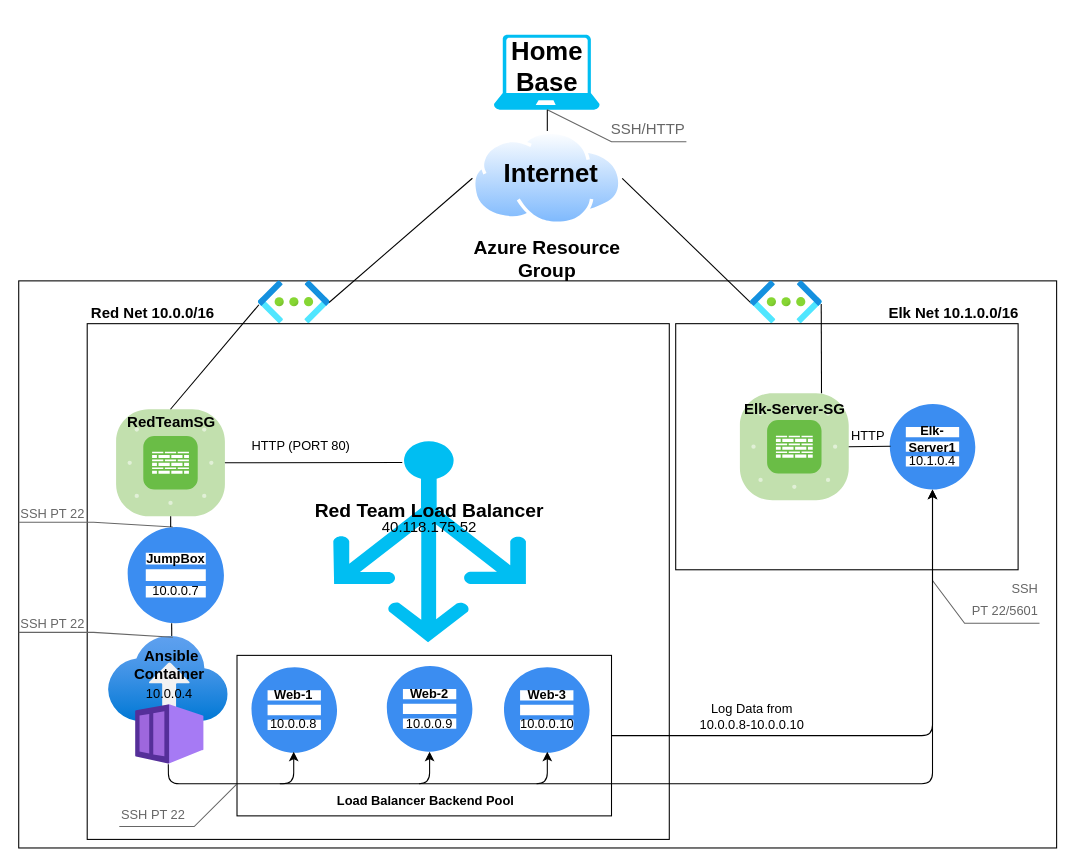
Before: ELK.drawio in ellakatherinee/Project1-ELK-Stack, a draw.io diagram. Source tidied: cells renumbered, new cells numbered last; positions are measured from the earlier drawing's top-left corner, leaving out a move shared by most shapes. Both pictures are drawn from the tidied source at 107%, with x=0, y=0 at pixel (18, 34).
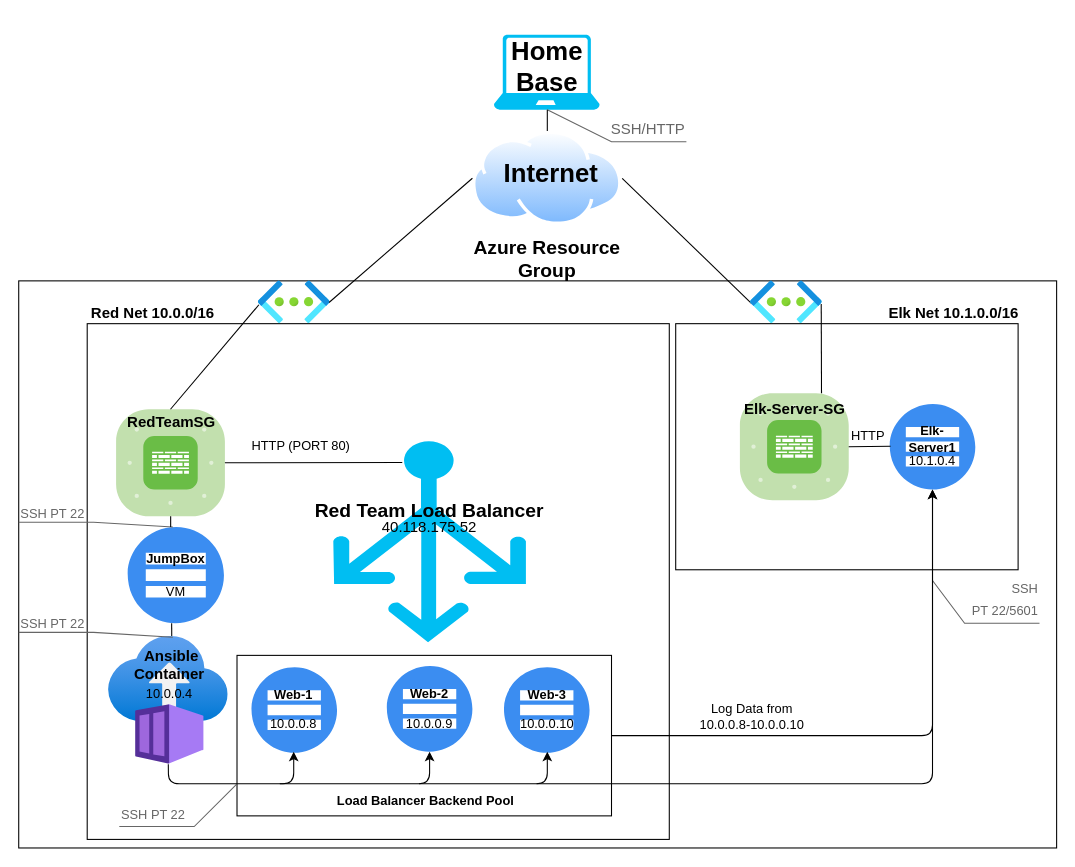
Above is the later version.

What changed in the source:
```diff
@@
-    <mxCell id="34" value="&lt;h5&gt;&lt;font style=&quot;font-size: 12px&quot;&gt;JumpBox&lt;/font&gt;&lt;/h5&gt;" style="text;html=1;strokeColor=none;fillColor=none;align=center;verticalAlign=middle;whiteSpace=wrap;rounded=0;" parent="20" vertex="1">
-      <mxGeometry x="127" y="480" width="40" height="20" as="geometry" />
+    <mxCell id="34" value="&lt;h5&gt;&lt;font style=&quot;font-size: 12px&quot;&gt;JumpBox&lt;/font&gt;&lt;/h5&gt;&lt;div&gt;&lt;font style=&quot;font-size: 12px&quot;&gt;VM&lt;/font&gt;&lt;/div&gt;" style="text;html=1;strokeColor=none;fillColor=none;align=center;verticalAlign=middle;whiteSpace=wrap;rounded=0;" parent="20" vertex="1">
+      <mxGeometry x="127" y="487" width="40" height="20" as="geometry" />
     </mxCell>
@@
-    <mxCell id="36" value="10.0.0.7" style="text;html=1;strokeColor=none;fillColor=none;align=center;verticalAlign=middle;whiteSpace=wrap;rounded=0;" parent="20" vertex="1">
-      <mxGeometry x="127" y="510" width="40" height="20" as="geometry" />
-    </mxCell>
```
